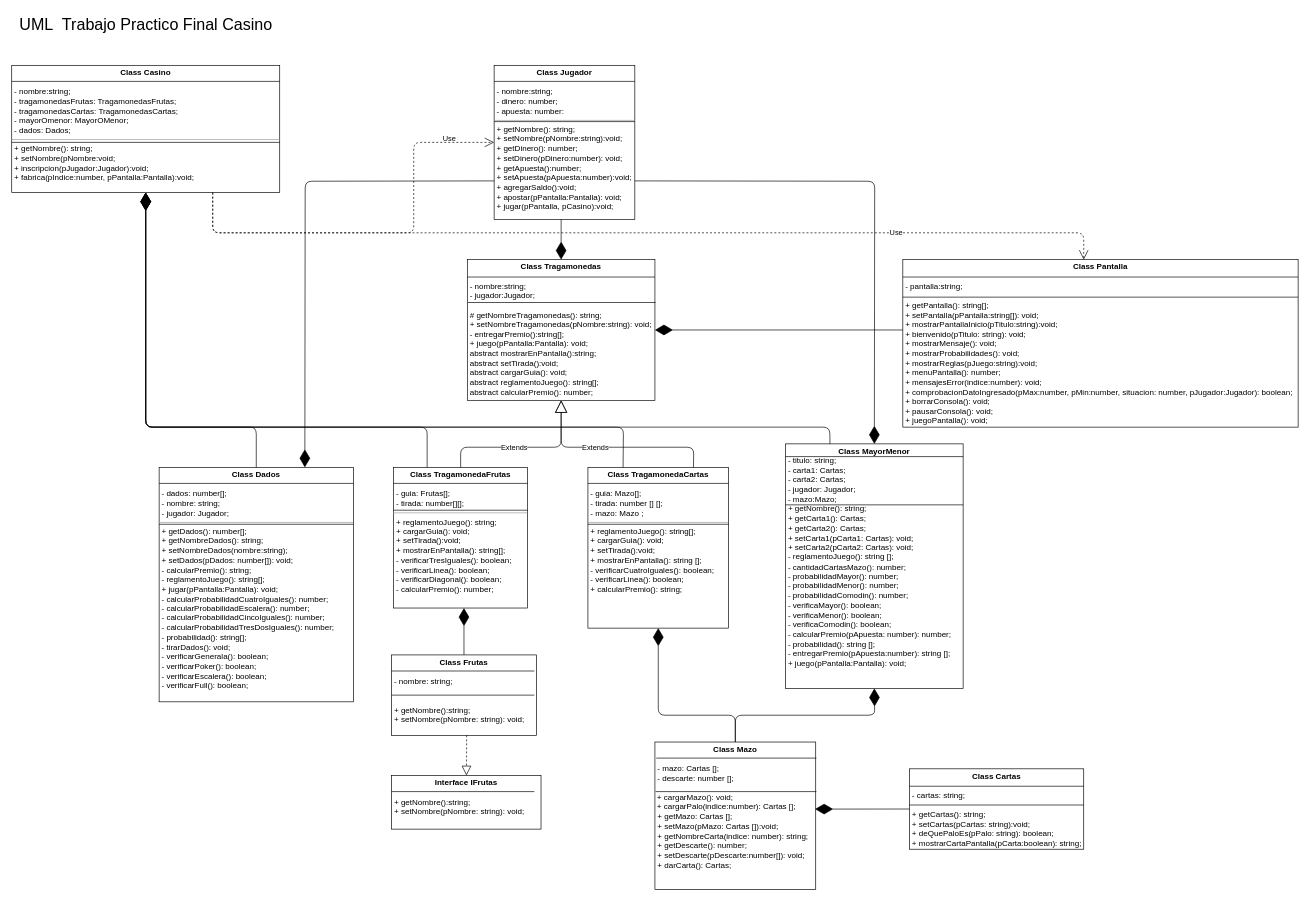
juanjocurutchet/TpCasino_grupoMurcielagos keeps this draw.io diagram as UmlCasino.dio. Above is the earlier version. Source tidied: cells renumbered, new cells numbered last; positions are measured from the earlier drawing's top-left corner, leaving out a move shared by most shapes. Both pictures are drawn from the tidied source at 67%, with x=0, y=0 at pixel (11, 11).
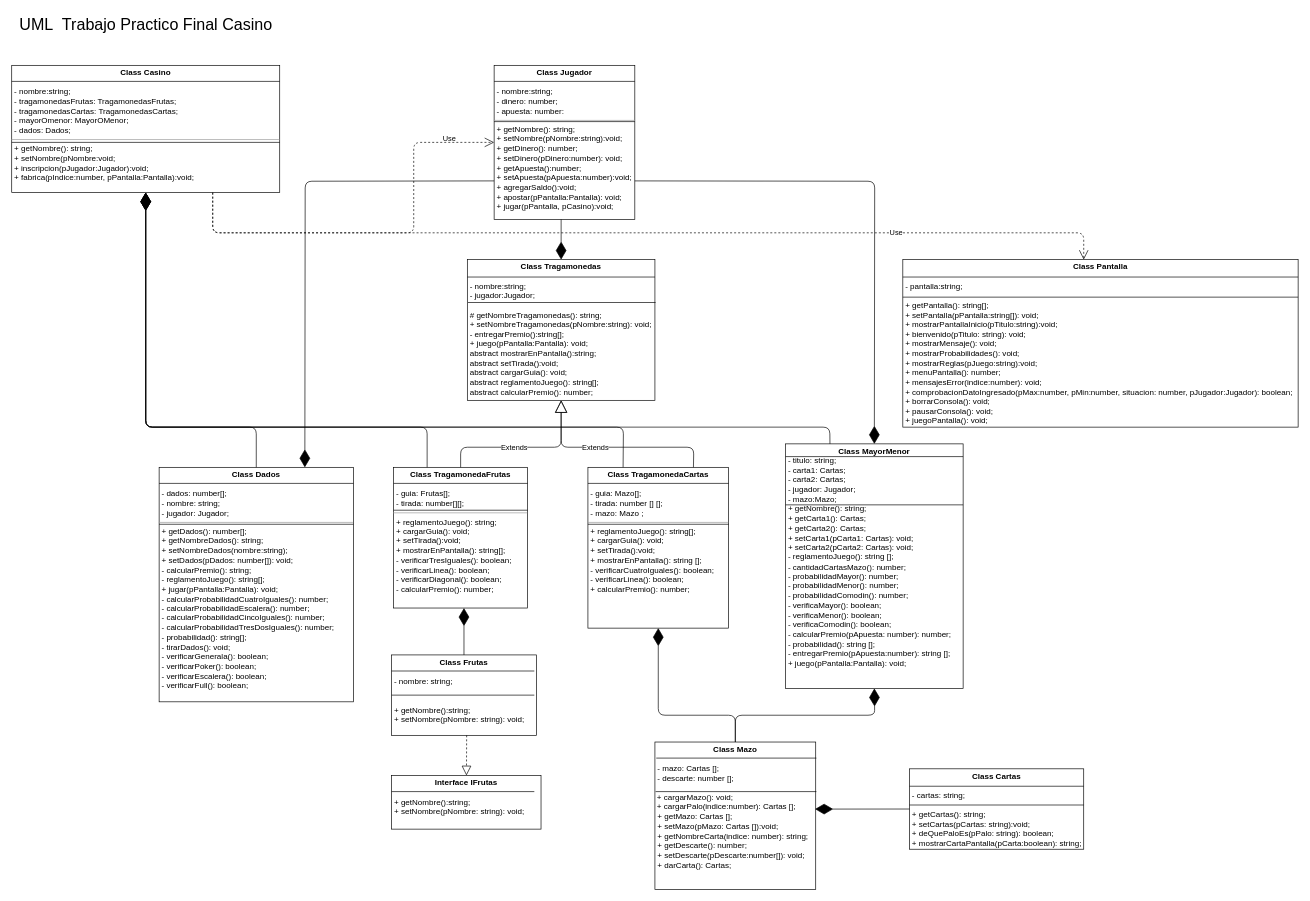
After the change.

Commit message:
Modificacion Uml

Unchanged cells that the change refers to:
```xml
<mxCell id="6" value="&lt;p style=&quot;margin:0px;margin-top:4px;text-align:center;&quot;&gt;&lt;b&gt;Class Tragamonedas&lt;/b&gt;&lt;/p&gt;&lt;p style=&quot;margin:0px;margin-left:4px;&quot;&gt;&lt;br&gt;&lt;/p&gt;&lt;p style=&quot;margin:0px;margin-left:4px;&quot;&gt;- nombre:string;&lt;/p&gt;&lt;p style=&quot;margin:0px;margin-left:4px;&quot;&gt;- jugador:Jugador;&lt;/p&gt;&lt;p style=&quot;margin:0px;margin-left:4px;&quot;&gt;&lt;br&gt;&lt;/p&gt;&lt;p style=&quot;margin:0px;margin-left:4px;&quot;&gt;&lt;/p&gt;&lt;p style=&quot;margin:0px;margin-left:4px;&quot;&gt;# getNombreTragamonedas(): string;&lt;/p&gt;&lt;p style=&quot;margin:0px;margin-left:4px;&quot;&gt;+ setNombreTragamonedas(pNombre:string): void;&lt;/p&gt;&lt;p style=&quot;margin:0px;margin-left:4px;&quot;&gt;- entregarPremio():string[];&lt;/p&gt;&lt;p style=&quot;margin:0px;margin-left:4px;&quot;&gt;+ juego(pPantalla:Pantalla): void;&lt;/p&gt;&lt;p style=&quot;margin:0px;margin-left:4px;&quot;&gt;abstract mostrarEnPantalla():string;&lt;/p&gt;&lt;p style=&quot;margin:0px;margin-left:4px;&quot;&gt;abstract setTirada():void;&lt;/p&gt;&lt;p style=&quot;margin:0px;margin-left:4px;&quot;&gt;abstract cargarGuia(): void;&lt;/p&gt;&lt;p style=&quot;margin:0px;margin-left:4px;&quot;&gt;abstract reglamentoJuego(): string[];&lt;/p&gt;&lt;p style=&quot;margin:0px;margin-left:4px;&quot;&gt;abstract calcularPremio(): number;&lt;/p&gt;&lt;p style=&quot;margin:0px;margin-left:4px;&quot;&gt;&lt;br&gt;&lt;/p&gt;" style="verticalAlign=top;align=left;overflow=fill;fontSize=12;fontFamily=Helvetica;html=1;fillStyle=solid;fillColor=none;" parent="1" vertex="1">
  <mxGeometry x="680" y="370" width="280" height="210" as="geometry" />
</mxCell>
<mxCell id="21" value="&lt;p style=&quot;margin:0px;margin-top:4px;text-align:center;&quot;&gt;&lt;b&gt;Class Pantalla&lt;/b&gt;&lt;/p&gt;&lt;p style=&quot;margin:0px;margin-left:4px;&quot;&gt;&lt;br&gt;&lt;/p&gt;&lt;p style=&quot;margin:0px;margin-left:4px;&quot;&gt;- pantalla:string;&lt;/p&gt;&lt;p style=&quot;margin:0px;margin-left:4px;&quot;&gt;&lt;/p&gt;&lt;p style=&quot;margin:0px;margin-left:4px;&quot;&gt;&lt;br&gt;&lt;/p&gt;&lt;p style=&quot;margin:0px;margin-left:4px;&quot;&gt;+ getPantalla(): string[];&lt;/p&gt;&lt;p style=&quot;margin:0px;margin-left:4px;&quot;&gt;+ setPantalla(pPantalla:string[]): void;&lt;/p&gt;&lt;p style=&quot;margin:0px;margin-left:4px;&quot;&gt;+ mostrarPantallaInicio(pTitulo:string):void;&lt;/p&gt;&lt;p style=&quot;margin:0px;margin-left:4px;&quot;&gt;+ bienvenido(pTitulo: string): void;&lt;/p&gt;&lt;p style=&quot;margin:0px;margin-left:4px;&quot;&gt;+ mostrarMensaje(): void;&lt;/p&gt;&lt;p style=&quot;margin:0px;margin-left:4px;&quot;&gt;+ mostrarProbabilidades(): void;&lt;/p&gt;&lt;p style=&quot;margin:0px;margin-left:4px;&quot;&gt;+ mostrarReglas(pJuego:string):void;&lt;/p&gt;&lt;p style=&quot;margin:0px;margin-left:4px;&quot;&gt;+ menuPantalla(): number;&lt;/p&gt;&lt;p style=&quot;margin:0px;margin-left:4px;&quot;&gt;+ mensajesError(indice:number): void;&lt;/p&gt;&lt;p style=&quot;margin:0px;margin-left:4px;&quot;&gt;+ comprobacionDatoIngresado(pMax:number, pMin:number, situacion: number, pJugador:Jugador): boolean;&lt;/p&gt;&lt;p style=&quot;margin:0px;margin-left:4px;&quot;&gt;+ borrarConsola(): void;&lt;/p&gt;&lt;p style=&quot;margin:0px;margin-left:4px;&quot;&gt;+ pausarConsola(): void;&lt;/p&gt;&lt;p style=&quot;margin:0px;margin-left:4px;&quot;&gt;+ juegoPantalla(): void;&lt;/p&gt;" style="verticalAlign=top;align=left;overflow=fill;fontSize=12;fontFamily=Helvetica;html=1;fillStyle=solid;fillColor=none;" parent="1" vertex="1">
  <mxGeometry x="1330" y="370" width="590" height="250" as="geometry" />
</mxCell>
```

The edit, as a diff of the source:
```diff
@@
-    <mxCell id="8" value="&lt;p style=&quot;margin:0px;margin-top:4px;text-align:center;&quot;&gt;&lt;b&gt;Class TragamonedaCartas&lt;/b&gt;&lt;/p&gt;&lt;p style=&quot;margin:0px;margin-left:4px;&quot;&gt;&lt;br&gt;&lt;/p&gt;&lt;p style=&quot;margin:0px;margin-left:4px;&quot;&gt;- guia: Mazo[];&lt;/p&gt;&lt;p style=&quot;margin:0px;margin-left:4px;&quot;&gt;- tirada: number [] [];&lt;/p&gt;&lt;p style=&quot;margin:0px;margin-left:4px;&quot;&gt;- mazo: Mazo ;&lt;/p&gt;&lt;hr size=&quot;1&quot;&gt;&lt;p style=&quot;margin:0px;margin-left:4px;&quot;&gt;+ reglamentoJuego(): string[];&lt;/p&gt;&lt;p style=&quot;margin:0px;margin-left:4px;&quot;&gt;+ cargarGuia(): void;&lt;/p&gt;&lt;p style=&quot;margin:0px;margin-left:4px;&quot;&gt;+ setTirada():void;&lt;/p&gt;&lt;p style=&quot;margin:0px;margin-left:4px;&quot;&gt;+ mostrarEnPantalla(): string [];&lt;/p&gt;&lt;p style=&quot;margin:0px;margin-left:4px;&quot;&gt;- verificarCuatroIguales(): boolean;&lt;/p&gt;&lt;p style=&quot;margin:0px;margin-left:4px;&quot;&gt;- verificarLinea(): boolean;&lt;/p&gt;&lt;p style=&quot;margin:0px;margin-left:4px;&quot;&gt;+ calcularPremio(): string;&lt;/p&gt;&lt;p style=&quot;margin:0px;margin-left:4px;&quot;&gt;&lt;br&gt;&lt;/p&gt;" style="verticalAlign=top;align=left;overflow=fill;fontSize=12;fontFamily=Helvetica;html=1;fillStyle=solid;fillColor=none;" parent="1" vertex="1">
+    <mxCell id="8" value="&lt;p style=&quot;margin:0px;margin-top:4px;text-align:center;&quot;&gt;&lt;b&gt;Class TragamonedaCartas&lt;/b&gt;&lt;/p&gt;&lt;p style=&quot;margin:0px;margin-left:4px;&quot;&gt;&lt;br&gt;&lt;/p&gt;&lt;p style=&quot;margin:0px;margin-left:4px;&quot;&gt;- guia: Mazo[];&lt;/p&gt;&lt;p style=&quot;margin:0px;margin-left:4px;&quot;&gt;- tirada: number [] [];&lt;/p&gt;&lt;p style=&quot;margin:0px;margin-left:4px;&quot;&gt;- mazo: Mazo ;&lt;/p&gt;&lt;hr size=&quot;1&quot;&gt;&lt;p style=&quot;margin:0px;margin-left:4px;&quot;&gt;+ reglamentoJuego(): string[];&lt;/p&gt;&lt;p style=&quot;margin:0px;margin-left:4px;&quot;&gt;+ cargarGuia(): void;&lt;/p&gt;&lt;p style=&quot;margin:0px;margin-left:4px;&quot;&gt;+ setTirada():void;&lt;/p&gt;&lt;p style=&quot;margin:0px;margin-left:4px;&quot;&gt;+ mostrarEnPantalla(): string [];&lt;/p&gt;&lt;p style=&quot;margin:0px;margin-left:4px;&quot;&gt;- verificarCuatroIguales(): boolean;&lt;/p&gt;&lt;p style=&quot;margin:0px;margin-left:4px;&quot;&gt;- verificarLinea(): boolean;&lt;/p&gt;&lt;p style=&quot;margin:0px;margin-left:4px;&quot;&gt;+ calcularPremio(): number;&lt;/p&gt;&lt;p style=&quot;margin:0px;margin-left:4px;&quot;&gt;&lt;br&gt;&lt;/p&gt;" style="verticalAlign=top;align=left;overflow=fill;fontSize=12;fontFamily=Helvetica;html=1;fillStyle=solid;fillColor=none;" parent="1" vertex="1">
       <mxGeometry x="860" y="680" width="210" height="240" as="geometry" />
     </mxCell>
@@
-    <mxCell id="22" style="endArrow=diamondThin;endFill=1;endSize=24;html=1;exitX=0;exitY=0.42;exitDx=0;exitDy=0;entryX=1;entryY=0.5;entryDx=0;entryDy=0;exitPerimeter=0;" parent="1" edge="1" source="21" target="6">
-      <mxGeometry relative="1" as="geometry" />
-    </mxCell>
```
